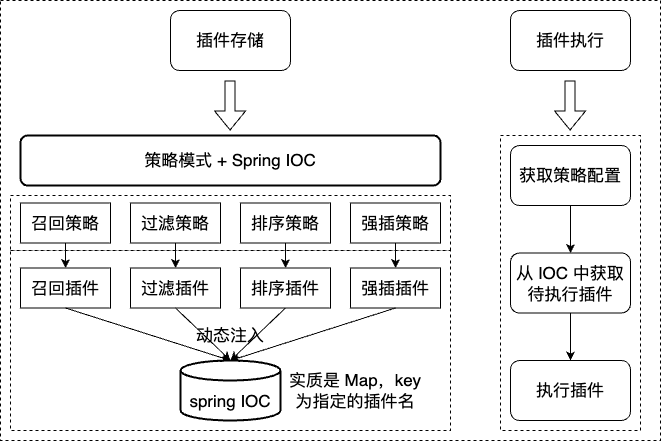
Earlier version of the draw.io export work-draw-file/标签复用之详细说明.png (liujunao/draw-data). Source tidied: cells renumbered, new cells last; positions are measured from the earlier drawing's top-left corner, leaving out a move shared by most shapes.
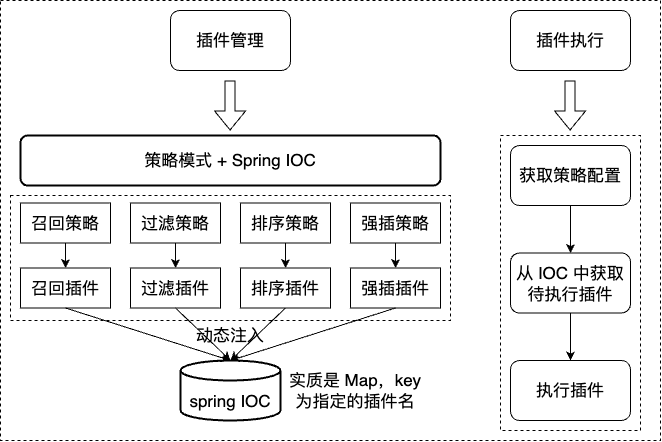
The same diagram one commit later.

Commit message:
更新标签复用之详细说明.png

Diff of the diagram source:
```diff
@@ -9,15 +9,12 @@
       <mxGeometry x="500" y="135" width="140" height="295" as="geometry" />
     </mxCell>
     <mxCell id="4" style="rounded=0;whiteSpace=wrap;html=1;dashed=1;" parent="1" vertex="1">
-      <mxGeometry x="10" y="195" width="440" height="55" as="geometry" />
+      <mxGeometry x="10" y="195" width="440" height="125" as="geometry" />
     </mxCell>
-    <mxCell id="5" style="rounded=0;whiteSpace=wrap;html=1;dashed=1;" parent="1" vertex="1">
-      <mxGeometry x="10" y="250" width="440" height="180" as="geometry" />
-    </mxCell>
     <mxCell id="6" value="&lt;font style=&quot;font-size: 17px;&quot;&gt;策略模式 + Spring IOC&lt;/font&gt;" style="rounded=1;whiteSpace=wrap;html=1;absoluteArcSize=1;arcSize=14;strokeWidth=2;fillColor=#FFFFFF;" parent="1" vertex="1">
       <mxGeometry x="20" y="135" width="420" height="50" as="geometry" />
     </mxCell>
-    <mxCell id="7" value="&lt;font size=&quot;3&quot;&gt;插件存储&lt;/font&gt;" style="rounded=1;whiteSpace=wrap;html=1;" parent="1" vertex="1">
+    <mxCell id="7" value="&lt;font size=&quot;3&quot;&gt;插件管理&lt;/font&gt;" style="rounded=1;whiteSpace=wrap;html=1;" parent="1" vertex="1">
       <mxGeometry x="170" y="10" width="120" height="60" as="geometry" />
     </mxCell>
     <mxCell id="8" value="&lt;font size=&quot;3&quot;&gt;插件执行&lt;/font&gt;" style="rounded=1;whiteSpace=wrap;html=1;" parent="1" vertex="1">
```
